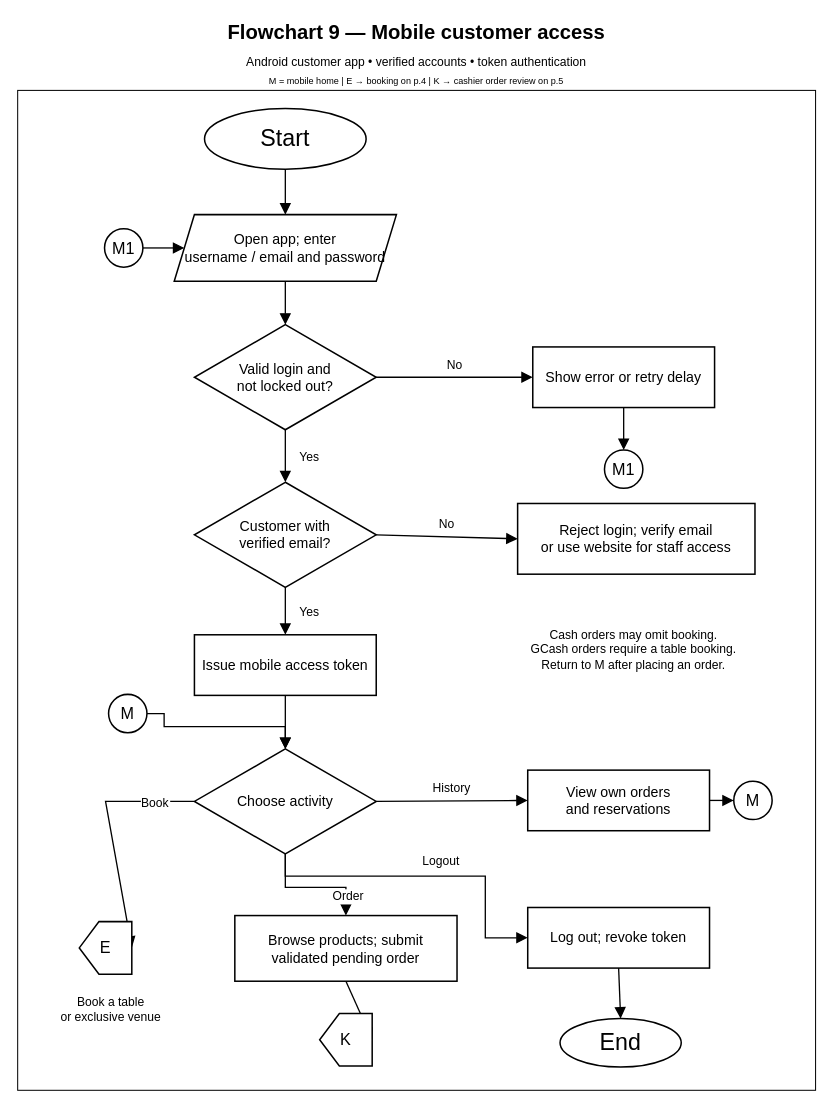
Above: page "9. Mobile customer access" (9 of 9) of docs/SYSTEM_FLOWCHART.drawio in getcooked/kermits-POS (draw.io), before the change. Source tidied: cells renumbered, new cells numbered last; positions are measured from the earlier drawing's top-left corner, leaving out a move shared by most shapes. Both pictures are drawn from the tidied source at 101%, with x=0, y=0 at pixel (17, 17).
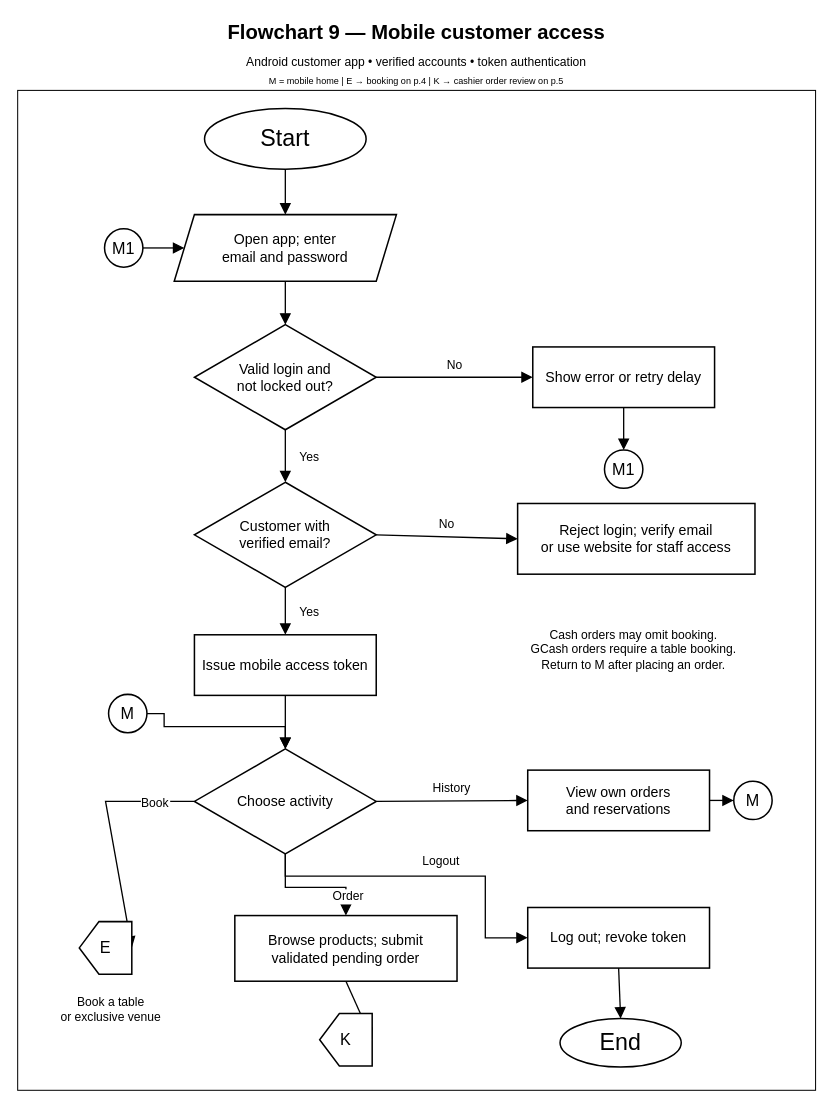
After the change.

The edit, as a diff of the source:
```diff
@@
-    <mxCell id="24" value="Open app; enter&#10;username / email and password" style="shape=parallelogram;perimeter=parallelogramPerimeter;fixedSize=1;whiteSpace=wrap;html=0;fillColor=#ffffff;strokeColor=#000000;strokeWidth=1.5;fontColor=#000000;fontFamily=Arial;fontSize=14;align=center;verticalAlign=middle;spacing=5;" parent="1" vertex="1">
+    <mxCell id="24" value="Open app; enter&#10;email and password" style="shape=parallelogram;perimeter=parallelogramPerimeter;fixedSize=1;whiteSpace=wrap;html=0;fillColor=#ffffff;strokeColor=#000000;strokeWidth=1.5;fontColor=#000000;fontFamily=Arial;fontSize=14;align=center;verticalAlign=middle;spacing=5;" parent="1" vertex="1">
       <mxGeometry x="155" y="195" width="220" height="66" as="geometry" />
     </mxCell>
```
